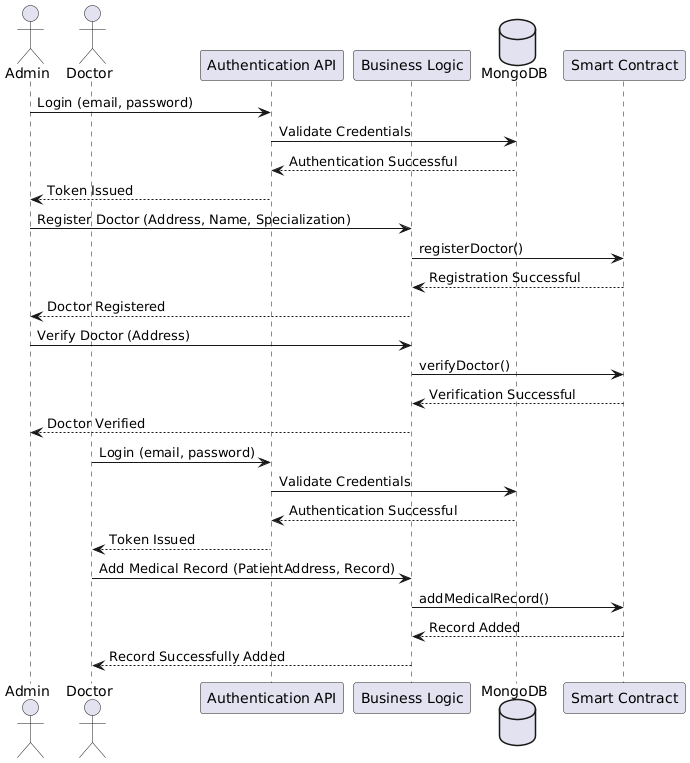
Before: docs/sequeunce_diagram.png, a diagram exported from PlantUML (sushanthsk-dev/patient-dms-blockchain). The source it was exported from:
```plantuml
@startuml
actor Admin
actor Doctor
participant "Authentication API" as AuthAPI
participant "Business Logic" as BusinessLogic
database "MongoDB" as MongoDB
participant "Smart Contract" as SmartContract

Admin -> AuthAPI : Login (email, password)
AuthAPI -> MongoDB : Validate Credentials
MongoDB --> AuthAPI : Authentication Successful
AuthAPI --> Admin : Token Issued

Admin -> BusinessLogic : Register Doctor (Address, Name, Specialization)
BusinessLogic -> SmartContract : registerDoctor()
SmartContract --> BusinessLogic : Registration Successful
BusinessLogic --> Admin : Doctor Registered

Admin -> BusinessLogic : Verify Doctor (Address)
BusinessLogic -> SmartContract : verifyDoctor()
SmartContract --> BusinessLogic : Verification Successful
BusinessLogic --> Admin : Doctor Verified

Doctor -> AuthAPI : Login (email, password)
AuthAPI -> MongoDB : Validate Credentials
MongoDB --> AuthAPI : Authentication Successful
AuthAPI --> Doctor : Token Issued

Doctor -> BusinessLogic : Add Medical Record (PatientAddress, Record)
BusinessLogic -> SmartContract : addMedicalRecord()
SmartContract --> BusinessLogic : Record Added
BusinessLogic --> Doctor : Record Successfully Added
@enduml
```
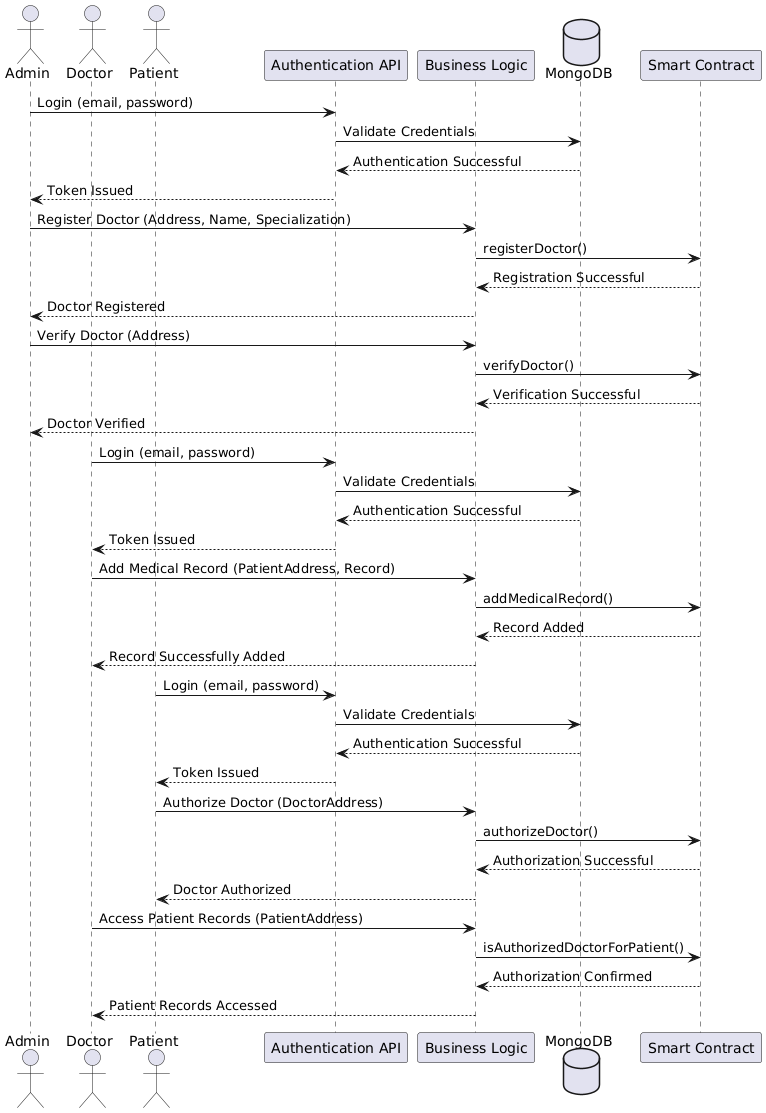
The same diagram one commit later.

Commit message:
update sequence diagram

The edit, as a diff of the source:
```diff
@@ -1,6 +1,7 @@
 @startuml
 actor Admin
 actor Doctor
+actor Patient
 participant "Authentication API" as AuthAPI
 participant "Business Logic" as BusinessLogic
 database "MongoDB" as MongoDB
@@ -30,4 +31,19 @@
 BusinessLogic -> SmartContract : addMedicalRecord()
 SmartContract --> BusinessLogic : Record Added
 BusinessLogic --> Doctor : Record Successfully Added
+
+Patient -> AuthAPI : Login (email, password)
+AuthAPI -> MongoDB : Validate Credentials
+MongoDB --> AuthAPI : Authentication Successful
+AuthAPI --> Patient : Token Issued
+
+Patient -> BusinessLogic : Authorize Doctor (DoctorAddress)
+BusinessLogic -> SmartContract : authorizeDoctor()
+SmartContract --> BusinessLogic : Authorization Successful
+BusinessLogic --> Patient : Doctor Authorized
+
+Doctor -> BusinessLogic : Access Patient Records (PatientAddress)
+BusinessLogic -> SmartContract : isAuthorizedDoctorForPatient()
+SmartContract --> BusinessLogic : Authorization Confirmed
+BusinessLogic --> Doctor : Patient Records Accessed
 @enduml
```
